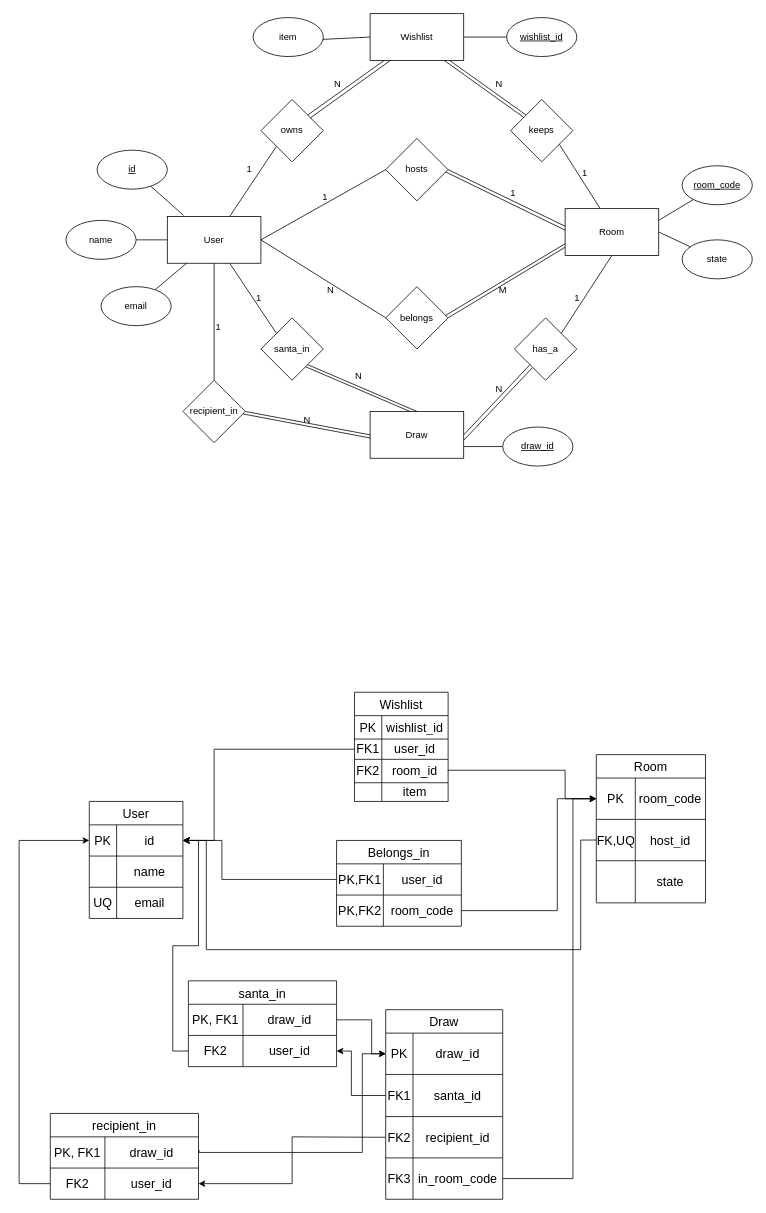
The draw.io diagram Docs/erd w_ erm (5).drawio.xml in vjloable/secretsanta, before the edit. Source tidied: cells renumbered, new cells numbered last; positions are measured from the earlier drawing's top-left corner, leaving out a move shared by most shapes. Both pictures are drawn from the tidied source at 78%, with x=0, y=0 at pixel (19, 13).
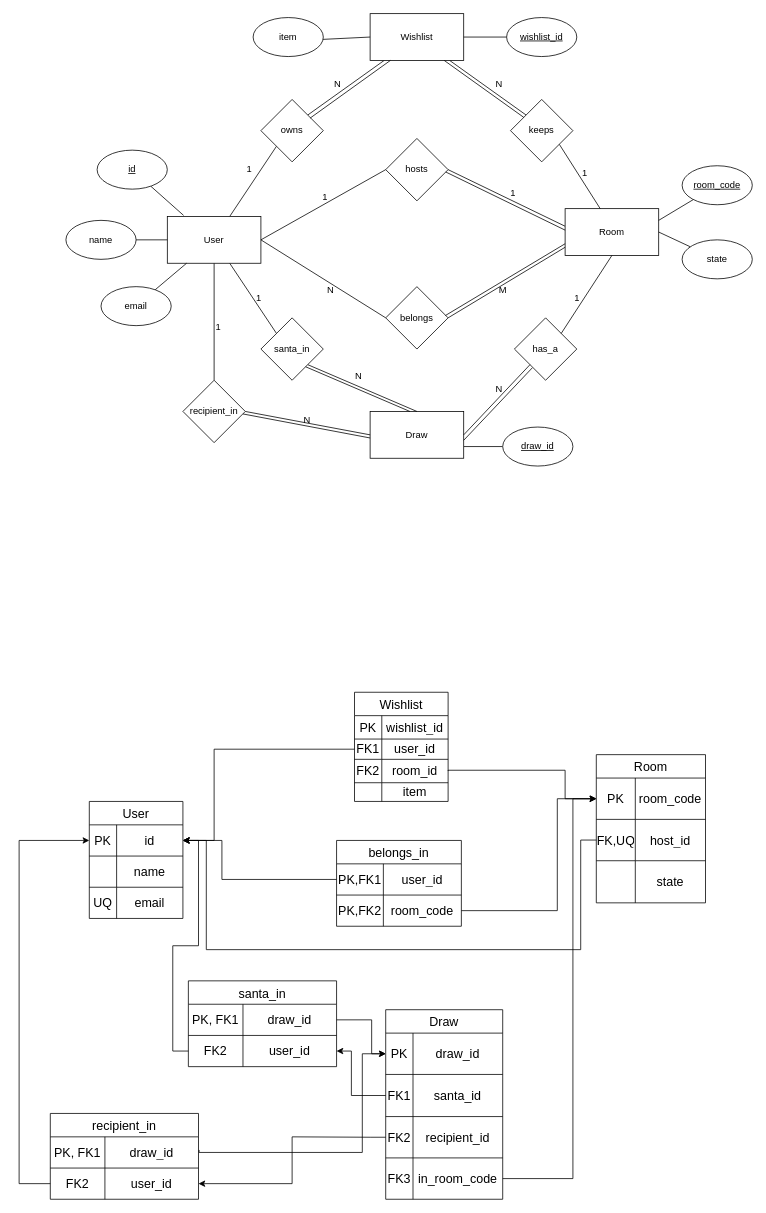
After the change.

What changed in the source:
```diff
@@
-    <mxCell id="130" value="Belongs_in" style="shape=table;startSize=30;childLayout=tableLayout;strokeColor=default;fontSize=16;" parent="1" vertex="1">
+    <mxCell id="130" value="belongs_in" style="shape=table;startSize=30;childLayout=tableLayout;strokeColor=default;fontSize=16;" parent="1" vertex="1">
       <mxGeometry x="407" y="1060" width="160" height="110" as="geometry" />
     </mxCell>
```
